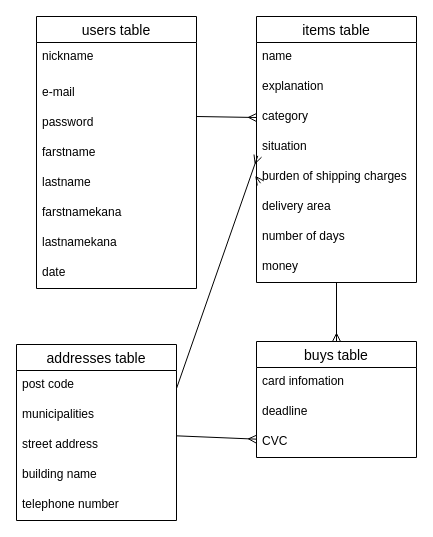
SAKURAchan916/furima-41121 keeps this draw.io diagram as furima.dio. Above is the earlier version. Source tidied: cells renumbered, new cells numbered last; positions are measured from the earlier drawing's top-left corner, leaving out a move shared by most shapes. Both pictures are drawn from the tidied source at 100%, with x=0, y=0 at pixel (16, 16).
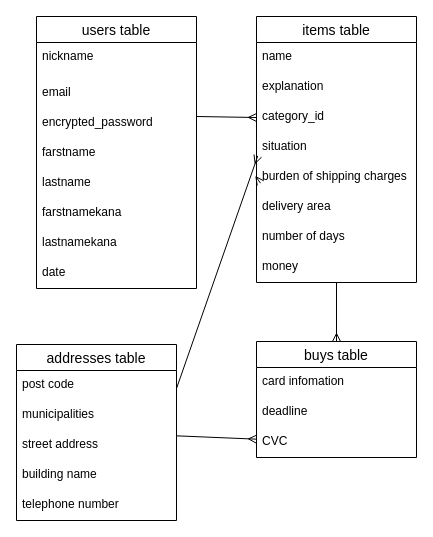
The same page after the edit.

Unchanged cells that the change refers to:
```xml
<mxCell id="2" value="users table" style="swimlane;fontStyle=0;horizontal=1;startSize=26;align=center;fontSize=14;" parent="1" vertex="1">
  <mxGeometry x="20" width="160" height="272" as="geometry" />
</mxCell>
<mxCell id="12" value="items table" style="swimlane;fontStyle=0;horizontal=1;startSize=26;align=center;fontSize=14;" parent="1" vertex="1">
  <mxGeometry x="240" width="160" height="266" as="geometry" />
</mxCell>
```

The edit, as a diff of the source:
```diff
@@
-    <mxCell id="4" value="e-mail" style="text;strokeColor=none;fillColor=none;spacingLeft=4;spacingRight=4;overflow=hidden;fontSize=12;" parent="2" vertex="1">
+    <mxCell id="4" value="email" style="text;strokeColor=none;fillColor=none;spacingLeft=4;spacingRight=4;overflow=hidden;fontSize=12;" parent="2" vertex="1">
       <mxGeometry y="62" width="160" height="30" as="geometry" />
     </mxCell>
-    <mxCell id="5" value="password" style="text;strokeColor=none;fillColor=none;spacingLeft=4;spacingRight=4;overflow=hidden;fontSize=12;" parent="2" vertex="1">
+    <mxCell id="5" value="encrypted_password" style="text;strokeColor=none;fillColor=none;spacingLeft=4;spacingRight=4;overflow=hidden;fontSize=12;" parent="2" vertex="1">
       <mxGeometry y="92" width="160" height="30" as="geometry" />
     </mxCell>
@@
-    <mxCell id="15" value="category" style="text;strokeColor=none;fillColor=none;spacingLeft=4;spacingRight=4;overflow=hidden;points=[[0,0.5],[1,0.5]];portConstraint=eastwest;fontSize=12;" parent="12" vertex="1">
+    <mxCell id="15" value="category_id" style="text;strokeColor=none;fillColor=none;spacingLeft=4;spacingRight=4;overflow=hidden;points=[[0,0.5],[1,0.5]];portConstraint=eastwest;fontSize=12;" parent="12" vertex="1">
       <mxGeometry y="86" width="160" height="30" as="geometry" />
     </mxCell>
```
